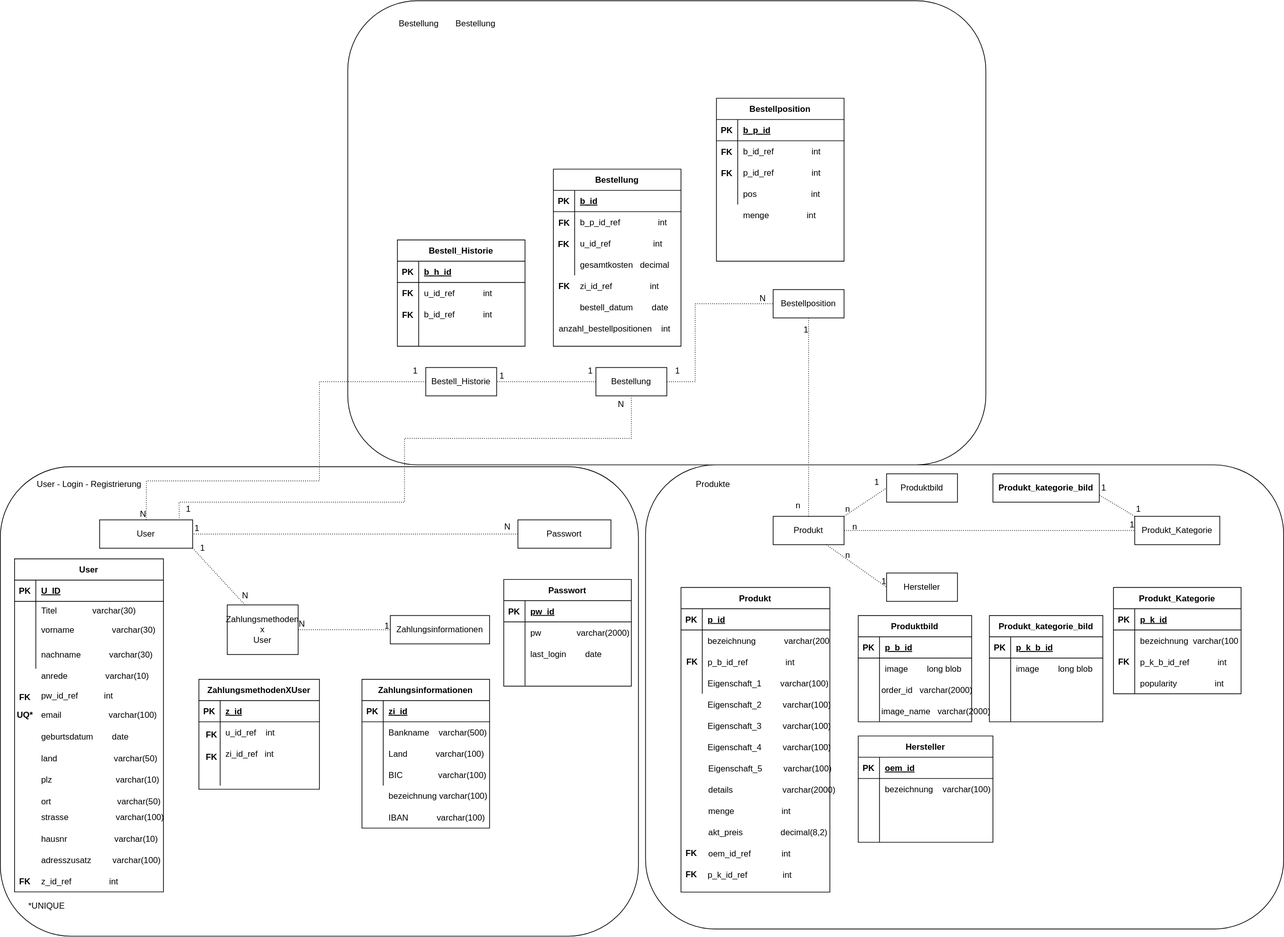
Earlier version of the draw.io export sql/ER-Modell.drawio.svg (Projektarbeiten/ProjectPlatypus). Source tidied: cells renumbered, new cells last; positions are measured from the earlier drawing's top-left corner, leaving out a move shared by most shapes.
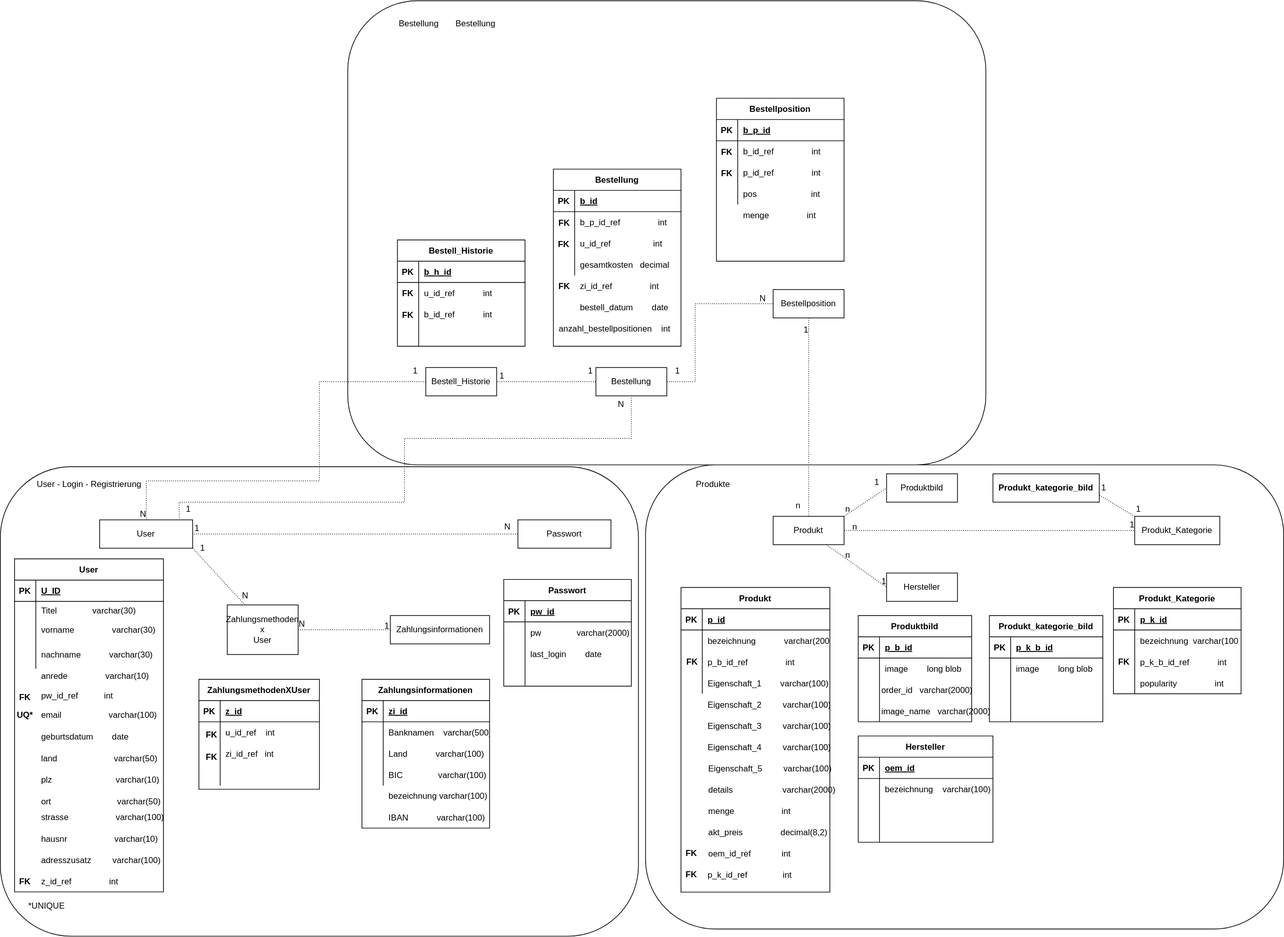
Above is the later version.

Commit message:
- - Hinzugefügt: - sqlInserts.php für den Prozess des hinzufügens einer Zahlungsmethode - TODOs hinzugefügt - - Angepasst: - ER-Modell angepasst - Mock up angepasst - -

The edit, as a diff of the source:
```diff
@@ -256,7 +256,7 @@
     <mxCell id="83" style="shape=partialRectangle;fillColor=none;top=0;left=0;bottom=0;right=0;overflow=hidden;" parent="82" vertex="1">
       <mxGeometry width="30" height="30" as="geometry" />
     </mxCell>
-    <mxCell id="84" value="Bankname    varchar(500)" style="shape=partialRectangle;fillColor=none;top=0;left=0;bottom=0;right=0;align=left;spacingLeft=6;overflow=hidden;" parent="82" vertex="1">
+    <mxCell id="84" value="Banknamen    varchar(500)" style="shape=partialRectangle;fillColor=none;top=0;left=0;bottom=0;right=0;align=left;spacingLeft=6;overflow=hidden;" parent="82" vertex="1">
       <mxGeometry x="30" width="150" height="30" as="geometry" />
     </mxCell>
     <mxCell id="85" style="shape=tableRow;horizontal=0;startSize=0;swimlaneHead=0;swimlaneBody=0;fillColor=none;top=0;left=0;right=0;bottom=0;" parent="78" vertex="1">
```
